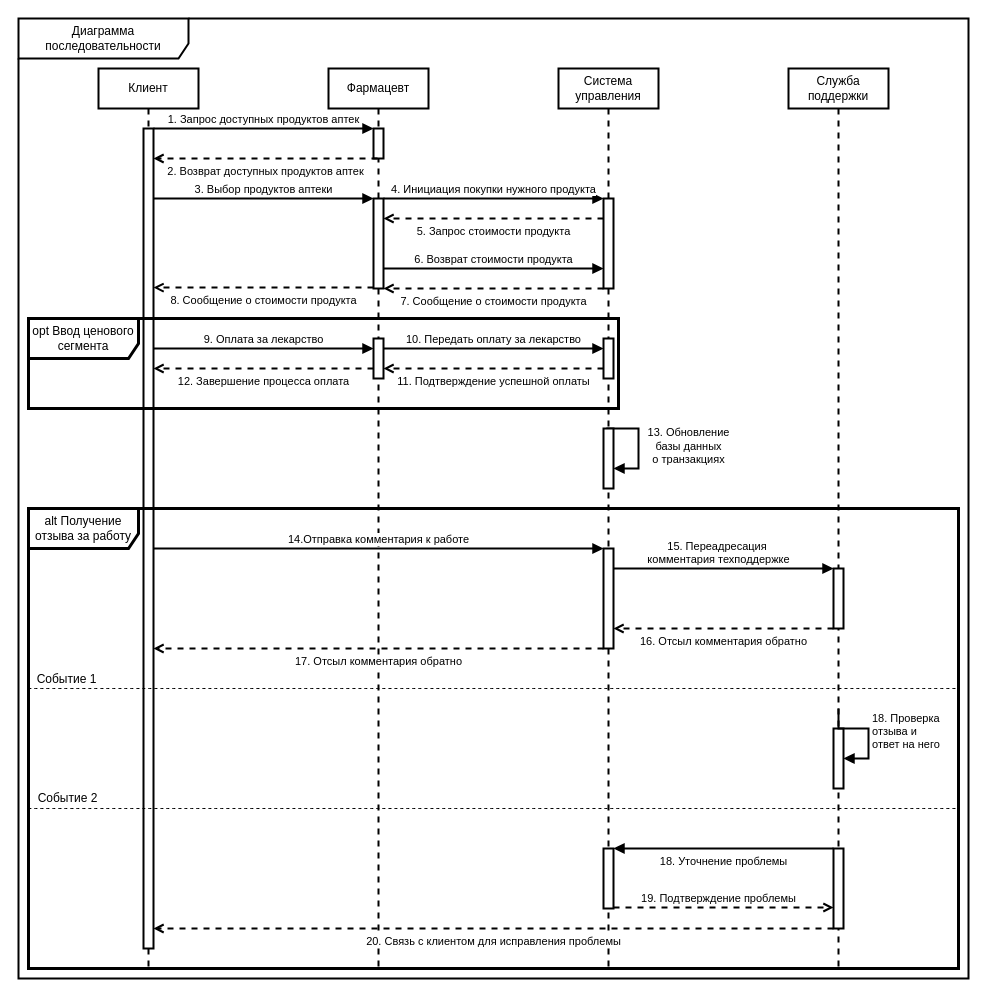
Before: page "Page-1" (1 of 3) of 1.drawio in Helpmepleaseitishard/Aikms, a draw.io diagram. Source tidied: cells renumbered, new cells numbered last; positions are measured from the earlier drawing's top-left corner, leaving out a move shared by most shapes. Both pictures are drawn from the tidied source at 100%, with x=0, y=0 at pixel (18, 18).
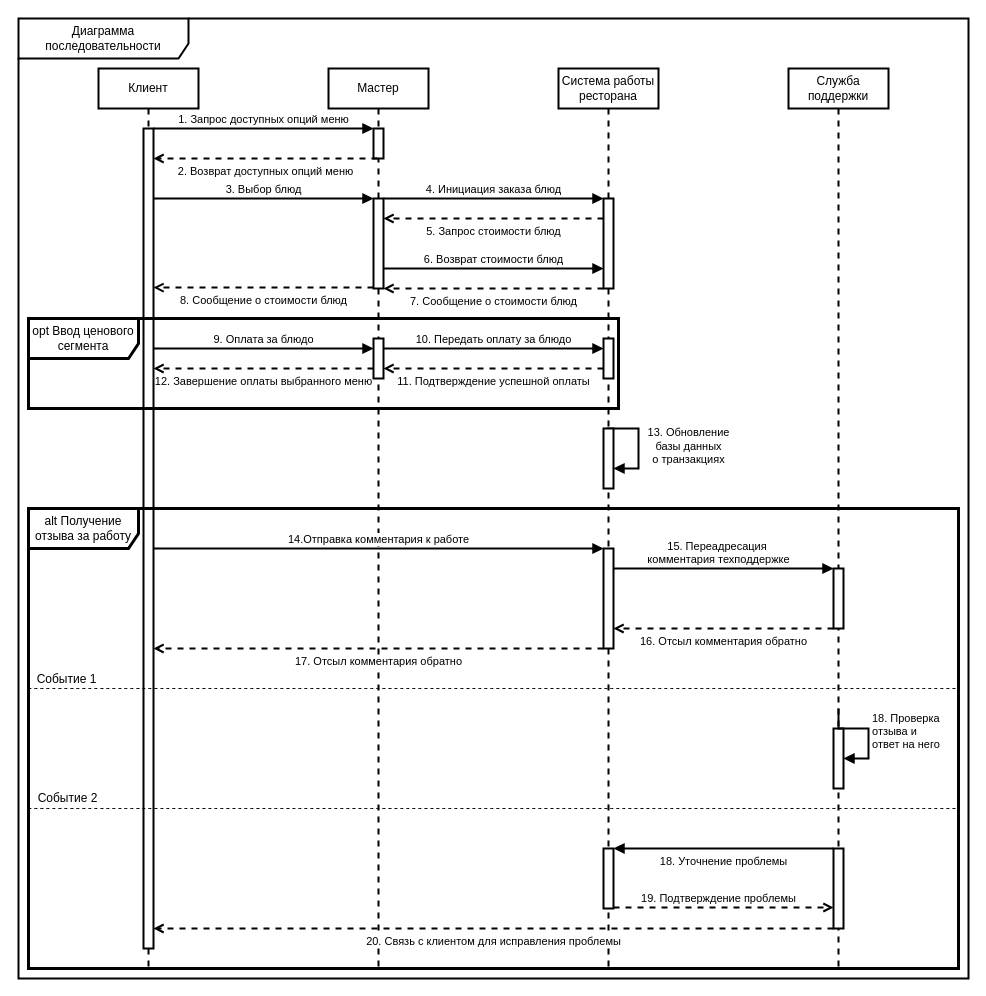
The same diagram, later.

Unchanged cells that the change refers to:
```xml
<mxCell id="10" style="html=1;points=[[0,0,0,0,5],[0,1,0,0,-5],[1,0,0,0,5],[1,1,0,0,-5]];perimeter=orthogonalPerimeter;outlineConnect=0;targetShapes=umlLifeline;portConstraint=eastwest;newEdgeStyle={&quot;curved&quot;:0,&quot;rounded&quot;:0};strokeWidth=2;" parent="7" vertex="1">
  <mxGeometry x="-185" y="270" width="10" height="40" as="geometry" />
</mxCell>
<mxCell id="11" style="html=1;points=[[0,0,0,0,5],[0,1,0,0,-5],[1,0,0,0,5],[1,1,0,0,-5]];perimeter=orthogonalPerimeter;outlineConnect=0;targetShapes=umlLifeline;portConstraint=eastwest;newEdgeStyle={&quot;curved&quot;:0,&quot;rounded&quot;:0};strokeWidth=2;" parent="7" vertex="1">
  <mxGeometry x="45" y="270" width="10" height="40" as="geometry" />
</mxCell>
<mxCell id="17" style="html=1;points=[[0,0,0,0,5],[0,1,0,0,-5],[1,0,0,0,5],[1,1,0,0,-5]];perimeter=orthogonalPerimeter;outlineConnect=0;targetShapes=umlLifeline;portConstraint=eastwest;newEdgeStyle={&quot;curved&quot;:0,&quot;rounded&quot;:0};strokeWidth=2;" parent="7" vertex="1">
  <mxGeometry x="-185" y="130" width="10" height="90" as="geometry" />
</mxCell>
<mxCell id="18" style="html=1;points=[[0,0,0,0,5],[0,1,0,0,-5],[1,0,0,0,5],[1,1,0,0,-5]];perimeter=orthogonalPerimeter;outlineConnect=0;targetShapes=umlLifeline;portConstraint=eastwest;newEdgeStyle={&quot;curved&quot;:0,&quot;rounded&quot;:0};strokeWidth=2;" parent="7" vertex="1">
  <mxGeometry x="45" y="130" width="10" height="90" as="geometry" />
</mxCell>
```

Diff of the diagram source:
```diff
@@
-    <mxCell id="5" value="Фармацевт" style="shape=umlLifeline;perimeter=lifelinePerimeter;whiteSpace=wrap;html=1;newEdgeStyle={&quot;curved&quot;:0,&quot;rounded&quot;:0};strokeWidth=2;" parent="1" vertex="1">
+    <mxCell id="5" value="Мастер" style="shape=umlLifeline;perimeter=lifelinePerimeter;whiteSpace=wrap;html=1;newEdgeStyle={&quot;curved&quot;:0,&quot;rounded&quot;:0};strokeWidth=2;" parent="1" vertex="1">
       <mxGeometry x="310" y="50" width="100" height="900" as="geometry" />
     </mxCell>
@@
-    <mxCell id="7" value="Система управления" style="shape=umlLifeline;perimeter=lifelinePerimeter;whiteSpace=wrap;html=1;newEdgeStyle={&quot;curved&quot;:0,&quot;rounded&quot;:0};strokeWidth=2;" parent="1" vertex="1">
+    <mxCell id="7" value="Система работы ресторана" style="shape=umlLifeline;perimeter=lifelinePerimeter;whiteSpace=wrap;html=1;newEdgeStyle={&quot;curved&quot;:0,&quot;rounded&quot;:0};strokeWidth=2;" parent="1" vertex="1">
       <mxGeometry x="540" y="50" width="100" height="900" as="geometry" />
     </mxCell>
@@
-    <mxCell id="12" value="9. Оплата за лекарство" style="html=1;verticalAlign=bottom;endArrow=block;curved=0;rounded=0;strokeWidth=2;" parent="7" edge="1" target="10">
+    <mxCell id="12" value="9. Оплата за блюдо" style="html=1;verticalAlign=bottom;endArrow=block;curved=0;rounded=0;strokeWidth=2;" parent="7" edge="1" target="10">
       <mxGeometry relative="1" as="geometry">
         <mxPoint x="-405" y="280" as="sourcePoint" />
         <Array as="points">
           <mxPoint x="-300" y="280" />
         </Array>
       </mxGeometry>
     </mxCell>
@@
-    <mxCell id="14" value="12. Завершение процесса оплата" style="html=1;verticalAlign=top;endArrow=open;curved=0;rounded=0;strokeWidth=2;dashed=1;endFill=0;" parent="7" edge="1" source="10">
+    <mxCell id="14" value="12. Завершение оплаты выбранного меню" style="html=1;verticalAlign=top;endArrow=open;curved=0;rounded=0;strokeWidth=2;dashed=1;endFill=0;" parent="7" edge="1" source="10">
       <mxGeometry relative="1" as="geometry">
         <mxPoint x="-405" y="300" as="targetPoint" />
         <Array as="points">
           <mxPoint x="-250" y="300" />
         </Array>
       </mxGeometry>
     </mxCell>
@@
-    <mxCell id="16" value="10. Передать оплату за лекарство" style="html=1;verticalAlign=bottom;endArrow=block;curved=0;rounded=0;strokeWidth=2;" parent="7" edge="1" source="10" target="11">
+    <mxCell id="16" value="10. Передать оплату за блюдо" style="html=1;verticalAlign=bottom;endArrow=block;curved=0;rounded=0;strokeWidth=2;" parent="7" edge="1" source="10" target="11">
       <mxGeometry relative="1" as="geometry">
         <Array as="points">
           <mxPoint x="-75" y="280" />
         </Array>
       </mxGeometry>
     </mxCell>
@@
-    <mxCell id="19" value="5. Запрос стоимости продукта" style="html=1;verticalAlign=top;endArrow=open;curved=0;rounded=0;strokeWidth=2;dashed=1;endFill=0;" parent="7" edge="1" source="18" target="17">
+    <mxCell id="19" value="5. Запрос стоимости блюд" style="html=1;verticalAlign=top;endArrow=open;curved=0;rounded=0;strokeWidth=2;dashed=1;endFill=0;" parent="7" edge="1" source="18" target="17">
       <mxGeometry relative="1" as="geometry">
         <Array as="points">
           <mxPoint x="-70" y="150" />
         </Array>
       </mxGeometry>
     </mxCell>
-    <mxCell id="20" value="6. Возврат стоимости продукта" style="html=1;verticalAlign=bottom;endArrow=block;curved=0;rounded=0;strokeWidth=2;endFill=1;" parent="7" edge="1" source="17" target="18">
+    <mxCell id="20" value="6. Возврат стоимости блюд" style="html=1;verticalAlign=bottom;endArrow=block;curved=0;rounded=0;strokeWidth=2;endFill=1;" parent="7" edge="1" source="17" target="18">
       <mxGeometry relative="1" as="geometry">
         <Array as="points">
           <mxPoint x="-70" y="200" />
         </Array>
       </mxGeometry>
     </mxCell>
-    <mxCell id="21" value="7. Сообщение о стоимости продукта" style="html=1;verticalAlign=top;endArrow=open;curved=0;rounded=0;strokeWidth=2;dashed=1;endFill=0;" parent="7" edge="1" source="18" target="17">
+    <mxCell id="21" value="7. Сообщение о стоимости блюд" style="html=1;verticalAlign=top;endArrow=open;curved=0;rounded=0;strokeWidth=2;dashed=1;endFill=0;" parent="7" edge="1" source="18" target="17">
       <mxGeometry relative="1" as="geometry">
         <Array as="points">
           <mxPoint x="-80" y="220" />
         </Array>
       </mxGeometry>
     </mxCell>
-    <mxCell id="22" value="1. Запрос доступных продуктов аптек" style="html=1;verticalAlign=bottom;endArrow=block;curved=0;rounded=0;strokeWidth=2;" parent="1" edge="1">
+    <mxCell id="22" value="1. Запрос доступных опций меню" style="html=1;verticalAlign=bottom;endArrow=block;curved=0;rounded=0;strokeWidth=2;" parent="1" edge="1">
       <mxGeometry relative="1" as="geometry">
         <mxPoint x="135" y="110" as="sourcePoint" />
         <mxPoint x="355" y="110" as="targetPoint" />
       </mxGeometry>
     </mxCell>
-    <mxCell id="23" value="2. Возврат доступных продуктов аптек" style="html=1;verticalAlign=top;endArrow=open;curved=0;rounded=0;strokeWidth=2;dashed=1;endFill=0;" parent="1" edge="1">
+    <mxCell id="23" value="2. Возврат доступных опций меню" style="html=1;verticalAlign=top;endArrow=open;curved=0;rounded=0;strokeWidth=2;dashed=1;endFill=0;" parent="1" edge="1">
       <mxGeometry relative="1" as="geometry">
         <mxPoint x="359" y="140" as="sourcePoint" />
         <mxPoint x="135" y="140" as="targetPoint" />
         <Array as="points">
           <mxPoint x="240" y="140" />
         </Array>
       </mxGeometry>
     </mxCell>
@@
-    <mxCell id="43" value="3. Выбор продуктов аптеки" style="html=1;verticalAlign=bottom;endArrow=block;curved=0;rounded=0;strokeWidth=2;" parent="1" edge="1">
+    <mxCell id="43" value="3. Выбор блюд" style="html=1;verticalAlign=bottom;endArrow=block;curved=0;rounded=0;strokeWidth=2;" parent="1" edge="1">
       <mxGeometry relative="1" as="geometry">
         <mxPoint x="135" y="180" as="sourcePoint" />
         <mxPoint x="355" y="180" as="targetPoint" />
         <Array as="points">
           <mxPoint x="250" y="180" />
         </Array>
       </mxGeometry>
     </mxCell>
-    <mxCell id="44" value="8. Сообщение о стоимости продукта" style="html=1;verticalAlign=top;endArrow=open;curved=0;rounded=0;strokeWidth=2;endFill=0;dashed=1;" parent="1" edge="1">
+    <mxCell id="44" value="8. Сообщение о стоимости блюд" style="html=1;verticalAlign=top;endArrow=open;curved=0;rounded=0;strokeWidth=2;endFill=0;dashed=1;" parent="1" edge="1">
       <mxGeometry relative="1" as="geometry">
         <mxPoint x="355" y="269.1" as="sourcePoint" />
         <mxPoint x="135" y="269.1" as="targetPoint" />
         <Array as="points">
           <mxPoint x="240" y="269.1" />
         </Array>
       </mxGeometry>
     </mxCell>
-    <mxCell id="45" value="4. Инициация покупки нужного продукта" style="html=1;verticalAlign=bottom;endArrow=block;curved=0;rounded=0;strokeWidth=2;" parent="1" edge="1">
+    <mxCell id="45" value="4. Инициация заказа блюд" style="html=1;verticalAlign=bottom;endArrow=block;curved=0;rounded=0;strokeWidth=2;" parent="1" edge="1">
       <mxGeometry relative="1" as="geometry">
         <mxPoint x="365" y="180" as="sourcePoint" />
         <mxPoint x="585" y="180" as="targetPoint" />
         <Array as="points">
           <mxPoint x="470" y="180" />
         </Array>
       </mxGeometry>
     </mxCell>
```
